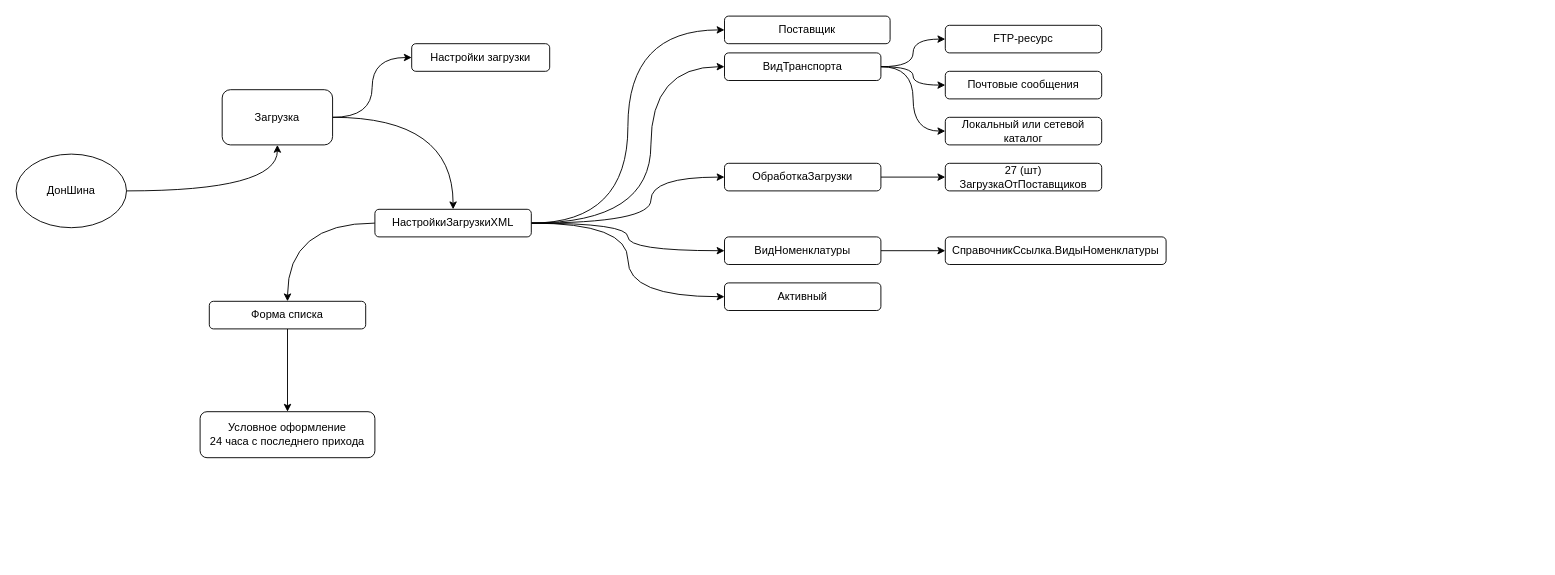
OlegM161/dakar keeps this draw.io diagram as ДонШина.drawio. Above is the earlier version. Source tidied: cells renumbered, new cells numbered last; positions are measured from the earlier drawing's top-left corner, leaving out a move shared by most shapes. Both pictures are drawn from the tidied source at 92%, with x=0, y=0 at pixel (16, 16).
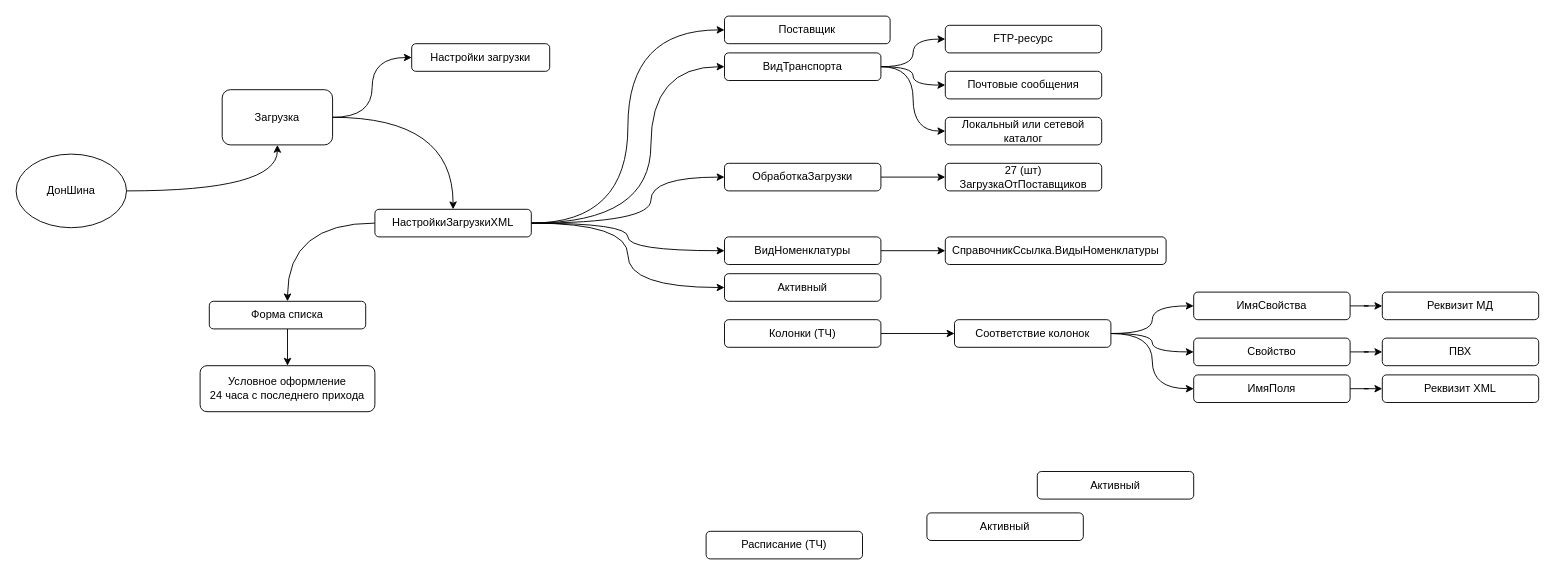
The same diagram, later.

Change to the diagram source:
```diff
@@
     <mxCell id="22" value="Активный" style="rounded=1;whiteSpace=wrap;html=1;" parent="1" vertex="1">
-      <mxGeometry x="770" y="290" width="170" height="30" as="geometry" />
+      <mxGeometry x="770" y="280" width="170" height="30" as="geometry" />
     </mxCell>
@@
     <mxCell id="32" value="Условное оформление&lt;div&gt;24 часа с последнего прихода&lt;/div&gt;" style="rounded=1;whiteSpace=wrap;html=1;" parent="1" vertex="1">
-      <mxGeometry x="200" y="430" width="190" height="50" as="geometry" />
+      <mxGeometry x="200" y="380" width="190" height="50" as="geometry" />
     </mxCell>
+    <mxCell id="33" value="Расписание (ТЧ)" style="rounded=1;whiteSpace=wrap;html=1;" parent="1" vertex="1">
+      <mxGeometry x="750" y="560" width="170" height="30" as="geometry" />
+    </mxCell>
+    <mxCell id="34" style="edgeStyle=orthogonalEdgeStyle;rounded=0;jettySize=auto;html=1;" parent="1" edge="1" source="35" target="41">
+      <mxGeometry relative="1" as="geometry" />
+    </mxCell>
+    <mxCell id="35" value="Колонки (ТЧ)" style="rounded=1;whiteSpace=wrap;html=1;" parent="1" vertex="1">
+      <mxGeometry x="770" y="330" width="170" height="30" as="geometry" />
+    </mxCell>
+    <mxCell id="36" value="Активный" style="rounded=1;whiteSpace=wrap;html=1;" parent="1" vertex="1">
+      <mxGeometry x="1110" y="495" width="170" height="30" as="geometry" />
+    </mxCell>
+    <mxCell id="37" value="Активный" style="rounded=1;whiteSpace=wrap;html=1;" parent="1" vertex="1">
+      <mxGeometry x="990" y="540" width="170" height="30" as="geometry" />
+    </mxCell>
+    <mxCell id="38" style="edgeStyle=orthogonalEdgeStyle;rounded=0;jettySize=auto;html=1;curved=1;" parent="1" edge="1" source="41" target="43">
+      <mxGeometry relative="1" as="geometry" />
+    </mxCell>
+    <mxCell id="39" style="edgeStyle=orthogonalEdgeStyle;rounded=0;jettySize=auto;html=1;entryX=0;entryY=0.5;entryDx=0;entryDy=0;curved=1;" parent="1" edge="1" source="41" target="45">
+      <mxGeometry relative="1" as="geometry" />
+    </mxCell>
+    <mxCell id="40" style="edgeStyle=orthogonalEdgeStyle;rounded=0;jettySize=auto;html=1;entryX=0;entryY=0.5;entryDx=0;entryDy=0;curved=1;" parent="1" edge="1" source="41" target="47">
+      <mxGeometry relative="1" as="geometry" />
+    </mxCell>
+    <mxCell id="41" value="Соответствие колонок" style="rounded=1;whiteSpace=wrap;html=1;" parent="1" vertex="1">
+      <mxGeometry x="1020" y="330" width="170" height="30" as="geometry" />
+    </mxCell>
+    <mxCell id="42" style="edgeStyle=orthogonalEdgeStyle;rounded=0;jettySize=auto;html=1;" parent="1" edge="1" source="43" target="48">
+      <mxGeometry relative="1" as="geometry" />
+    </mxCell>
+    <mxCell id="43" value="ИмяСвойства" style="rounded=1;whiteSpace=wrap;html=1;" parent="1" vertex="1">
+      <mxGeometry x="1280" y="300" width="170" height="30" as="geometry" />
+    </mxCell>
+    <mxCell id="44" style="edgeStyle=orthogonalEdgeStyle;rounded=0;jettySize=auto;html=1;" parent="1" edge="1" source="45" target="49">
+      <mxGeometry relative="1" as="geometry" />
+    </mxCell>
+    <mxCell id="45" value="Свойство" style="rounded=1;whiteSpace=wrap;html=1;" parent="1" vertex="1">
+      <mxGeometry x="1280" y="350" width="170" height="30" as="geometry" />
+    </mxCell>
+    <mxCell id="46" style="edgeStyle=orthogonalEdgeStyle;rounded=0;jettySize=auto;html=1;" parent="1" edge="1" source="47" target="50">
+      <mxGeometry relative="1" as="geometry" />
+    </mxCell>
+    <mxCell id="47" value="ИмяПоля" style="rounded=1;whiteSpace=wrap;html=1;" parent="1" vertex="1">
+      <mxGeometry x="1280" y="390" width="170" height="30" as="geometry" />
+    </mxCell>
+    <mxCell id="48" value="Реквизит МД" style="rounded=1;whiteSpace=wrap;html=1;" parent="1" vertex="1">
+      <mxGeometry x="1485" y="300" width="170" height="30" as="geometry" />
+    </mxCell>
+    <mxCell id="49" value="ПВХ" style="rounded=1;whiteSpace=wrap;html=1;" parent="1" vertex="1">
+      <mxGeometry x="1485" y="350" width="170" height="30" as="geometry" />
+    </mxCell>
+    <mxCell id="50" value="Реквизит XML" style="rounded=1;whiteSpace=wrap;html=1;" parent="1" vertex="1">
+      <mxGeometry x="1485" y="390" width="170" height="30" as="geometry" />
+    </mxCell>
```
